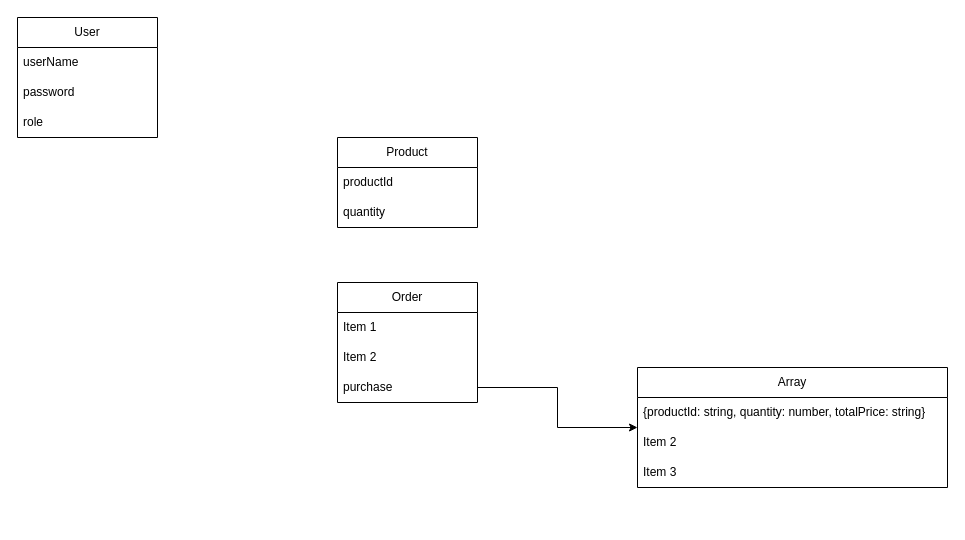
Earlier version of the draw.io diagram WatchProject.drawio (lamxuanthinh/DRAW.IO). Source tidied: cells renumbered, new cells numbered last; positions are measured from the earlier drawing's top-left corner, leaving out a move shared by most shapes. Both pictures are drawn from the tidied source at 100%, with x=0, y=0 at pixel (17, 17).
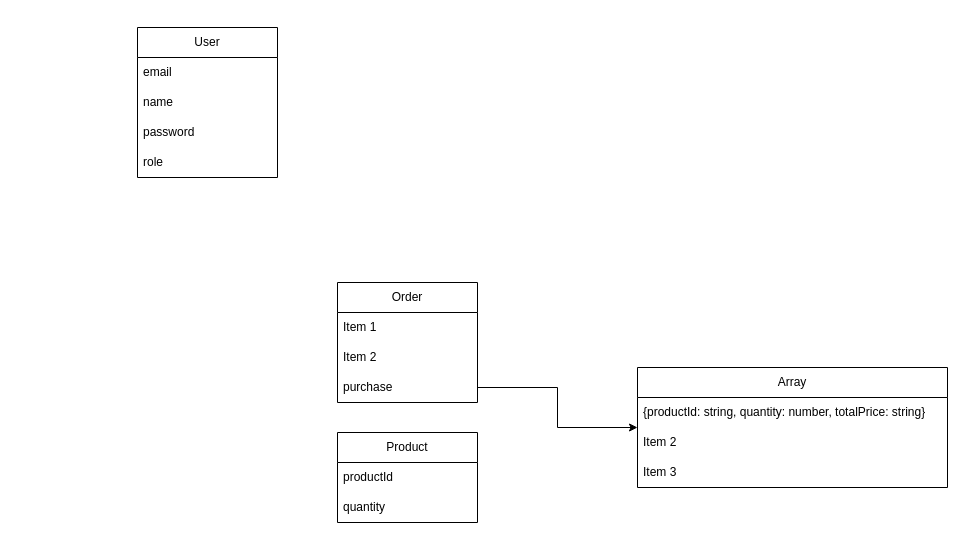
The same page after the edit.

What changed in the source:
```diff
@@
 <mxGraphModel>
   <root>
     <mxCell id="0" />
     <mxCell id="1" parent="0" />
     <mxCell id="2" value="Product" style="swimlane;fontStyle=0;horizontal=1;startSize=30;whiteSpace=wrap;html=1;" parent="1" vertex="1">
-      <mxGeometry x="320" y="120" width="140" height="90" as="geometry" />
+      <mxGeometry x="320" y="415" width="140" height="90" as="geometry" />
     </mxCell>
     <mxCell id="3" value="productId" style="text;strokeColor=none;fillColor=none;align=left;verticalAlign=middle;spacingLeft=4;spacingRight=4;overflow=hidden;whiteSpace=wrap;html=1;" parent="2" vertex="1">
       <mxGeometry y="30" width="140" height="30" as="geometry" />
     </mxCell>
     <mxCell id="4" value="quantity" style="text;strokeColor=none;fillColor=none;align=left;verticalAlign=middle;spacingLeft=4;spacingRight=4;overflow=hidden;whiteSpace=wrap;html=1;" parent="2" vertex="1">
       <mxGeometry y="60" width="140" height="30" as="geometry" />
     </mxCell>
     <mxCell id="5" value="Order" style="swimlane;fontStyle=0;horizontal=1;startSize=30;whiteSpace=wrap;html=1;" parent="1" vertex="1">
       <mxGeometry x="320" y="265" width="140" height="120" as="geometry" />
     </mxCell>
     <mxCell id="6" value="Item 1" style="text;strokeColor=none;fillColor=none;align=left;verticalAlign=middle;spacingLeft=4;spacingRight=4;overflow=hidden;whiteSpace=wrap;html=1;" parent="5" vertex="1">
       <mxGeometry y="30" width="140" height="30" as="geometry" />
     </mxCell>
     <mxCell id="7" value="Item 2" style="text;strokeColor=none;fillColor=none;align=left;verticalAlign=middle;spacingLeft=4;spacingRight=4;overflow=hidden;whiteSpace=wrap;html=1;" parent="5" vertex="1">
       <mxGeometry y="60" width="140" height="30" as="geometry" />
     </mxCell>
     <mxCell id="8" value="purchase" style="text;strokeColor=none;fillColor=none;align=left;verticalAlign=middle;spacingLeft=4;spacingRight=4;overflow=hidden;points=[[0,0.5],[1,0.5]];portConstraint=eastwest;whiteSpace=wrap;html=1;" parent="5" vertex="1">
       <mxGeometry y="90" width="140" height="30" as="geometry" />
     </mxCell>
     <mxCell id="9" value="Array" style="swimlane;fontStyle=0;horizontal=1;startSize=30;whiteSpace=wrap;html=1;" parent="1" vertex="1">
       <mxGeometry x="620" y="350" width="310" height="120" as="geometry" />
     </mxCell>
     <mxCell id="10" value="{productId: string, quantity: number, totalPrice: string}" style="text;strokeColor=none;fillColor=none;align=left;verticalAlign=middle;spacingLeft=4;spacingRight=4;overflow=hidden;whiteSpace=wrap;html=1;" parent="9" vertex="1">
       <mxGeometry y="30" width="310" height="30" as="geometry" />
     </mxCell>
     <mxCell id="11" value="Item 2" style="text;strokeColor=none;fillColor=none;align=left;verticalAlign=middle;spacingLeft=4;spacingRight=4;overflow=hidden;whiteSpace=wrap;html=1;" parent="9" vertex="1">
       <mxGeometry y="60" width="310" height="30" as="geometry" />
     </mxCell>
     <mxCell id="12" value="Item 3" style="text;strokeColor=none;fillColor=none;align=left;verticalAlign=middle;spacingLeft=4;spacingRight=4;overflow=hidden;whiteSpace=wrap;html=1;" parent="9" vertex="1">
       <mxGeometry y="90" width="310" height="30" as="geometry" />
     </mxCell>
     <mxCell id="13" style="edgeStyle=orthogonalEdgeStyle;rounded=0;jettySize=auto;html=1;" parent="1" edge="1" source="8" target="9">
       <mxGeometry relative="1" as="geometry" />
     </mxCell>
     <mxCell id="14" value="User" style="swimlane;fontStyle=0;horizontal=1;startSize=30;whiteSpace=wrap;html=1;" parent="1" vertex="1">
-      <mxGeometry width="140" height="120" as="geometry" />
+      <mxGeometry x="120" y="10" width="140" height="150" as="geometry" />
     </mxCell>
-    <mxCell id="15" value="userName" style="text;strokeColor=none;fillColor=none;align=left;verticalAlign=middle;spacingLeft=4;spacingRight=4;overflow=hidden;whiteSpace=wrap;html=1;" parent="14" vertex="1">
+    <mxCell id="15" value="email" style="text;strokeColor=none;fillColor=none;align=left;verticalAlign=middle;spacingLeft=4;spacingRight=4;overflow=hidden;whiteSpace=wrap;html=1;" parent="14" vertex="1">
       <mxGeometry y="30" width="140" height="30" as="geometry" />
     </mxCell>
+    <mxCell id="18" value="name" style="text;strokeColor=none;fillColor=none;align=left;verticalAlign=middle;spacingLeft=4;spacingRight=4;overflow=hidden;whiteSpace=wrap;html=1;" parent="14" vertex="1">
+      <mxGeometry y="60" width="140" height="30" as="geometry" />
+    </mxCell>
     <mxCell id="16" value="password" style="text;strokeColor=none;fillColor=none;align=left;verticalAlign=middle;spacingLeft=4;spacingRight=4;overflow=hidden;whiteSpace=wrap;html=1;" parent="14" vertex="1">
-      <mxGeometry y="60" width="140" height="30" as="geometry" />
+      <mxGeometry y="90" width="140" height="30" as="geometry" />
     </mxCell>
     <mxCell id="17" value="role" style="text;strokeColor=none;fillColor=none;align=left;verticalAlign=middle;spacingLeft=4;spacingRight=4;overflow=hidden;whiteSpace=wrap;html=1;" parent="14" vertex="1">
-      <mxGeometry y="90" width="140" height="30" as="geometry" />
+      <mxGeometry y="120" width="140" height="30" as="geometry" />
     </mxCell>
   </root>
 </mxGraphModel>
```
